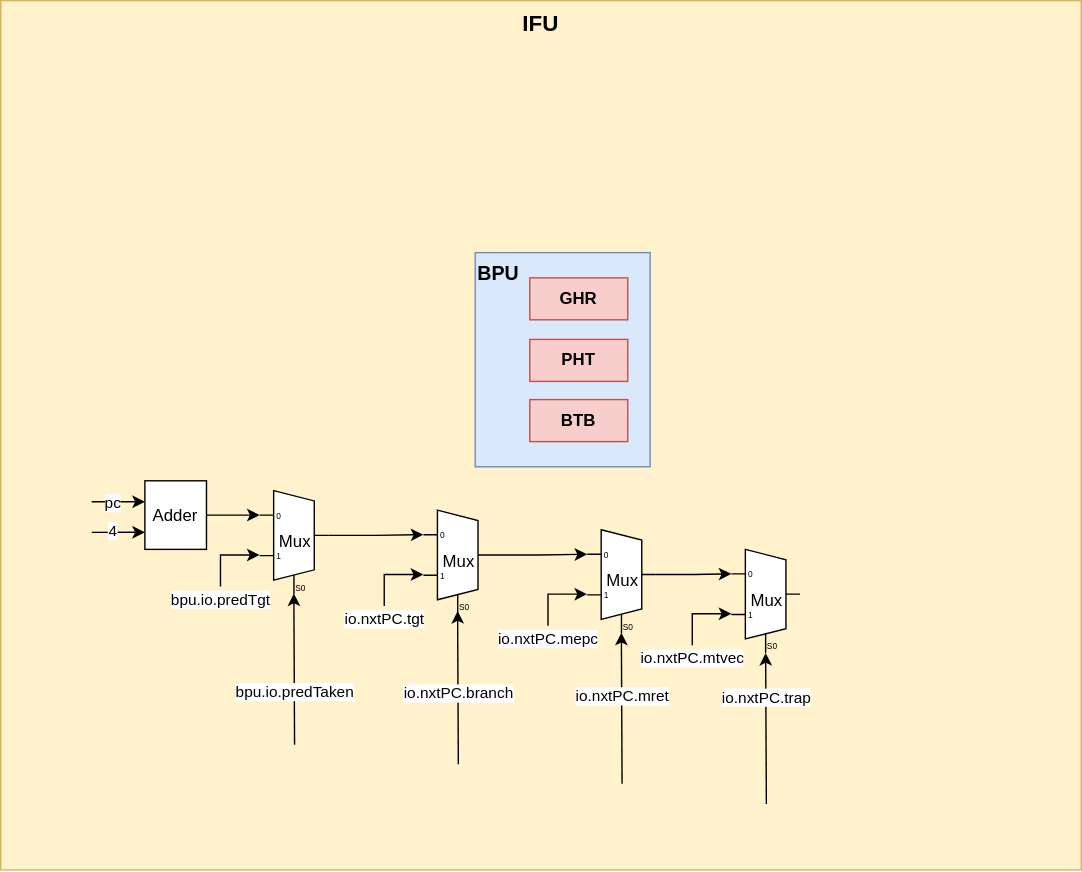
microdynamics-cpu/tree-core-cpu-res keeps this draw.io diagram as treecore-l2-ifu.drawio.svg. Above is the earlier version. Source tidied: cells renumbered, new cells last; positions are measured from the earlier drawing's top-left corner, leaving out a move shared by most shapes.
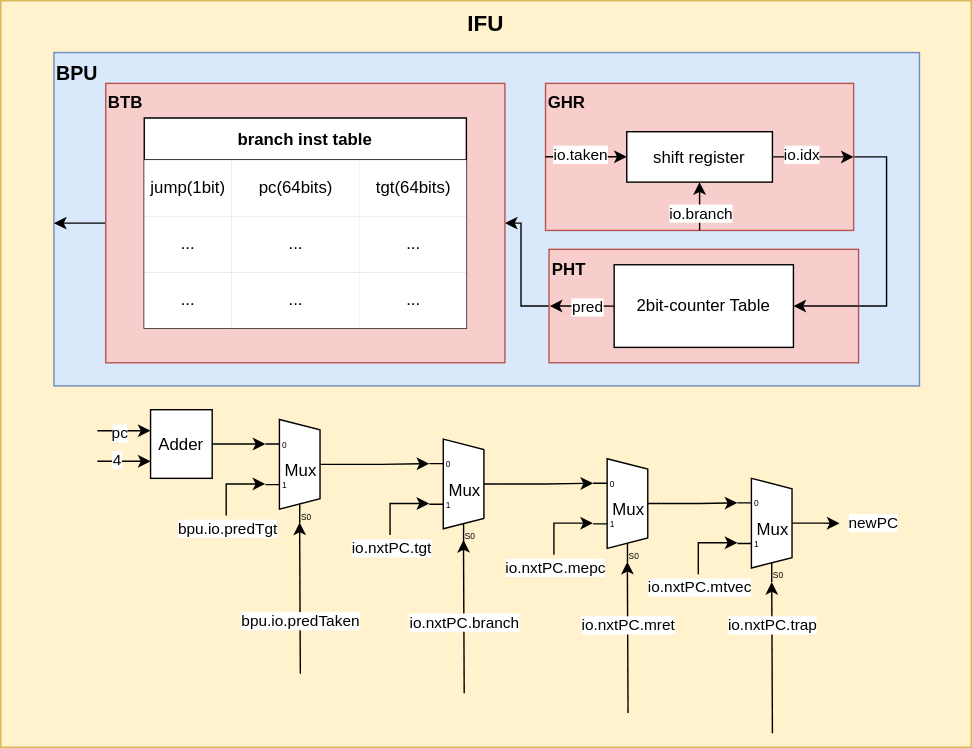
After the commit.

Commit message:
feat: modify ifu arch graph

What changed in the source:
```diff
@@ -3,31 +3,40 @@
     <mxCell id="0" />
     <mxCell id="1" parent="0" />
     <mxCell id="2" value="&lt;b style=&quot;font-size: 16px;&quot;&gt;IFU&lt;/b&gt;" style="rounded=0;whiteSpace=wrap;html=1;fontSize=16;fillColor=#fff2cc;verticalAlign=top;align=center;strokeColor=#d6b656;" parent="1" vertex="1">
-      <mxGeometry width="772" height="621" as="geometry" />
+      <mxGeometry x="47" y="47" width="693" height="533" as="geometry" />
     </mxCell>
     <mxCell id="3" value="&lt;b&gt;BPU&lt;/b&gt;" style="rounded=0;whiteSpace=wrap;html=1;fontSize=14;fillColor=#dae8fc;align=left;verticalAlign=top;strokeColor=#6c8ebf;" parent="1" vertex="1">
-      <mxGeometry x="339" y="180" width="125" height="153" as="geometry" />
+      <mxGeometry x="85" y="84" width="618" height="238" as="geometry" />
     </mxCell>
+    <mxCell id="36" style="edgeStyle=orthogonalEdgeStyle;rounded=0;jettySize=auto;html=1;exitX=1;exitY=0.5;exitDx=0;exitDy=0;entryX=1;entryY=0.5;entryDx=0;entryDy=0;fontColor=default;endArrow=none;endFill=0;" parent="1" edge="1" source="4" target="5">
+      <mxGeometry relative="1" as="geometry" />
+    </mxCell>
-    <mxCell id="4" value="&lt;b style=&quot;font-size: 12px;&quot;&gt;GHR&lt;/b&gt;" style="rounded=0;whiteSpace=wrap;html=1;fontSize=12;fillColor=#f8cecc;strokeColor=#b85450;" parent="1" vertex="1">
-      <mxGeometry x="378" y="198" width="70" height="30" as="geometry" />
+    <mxCell id="4" value="&lt;b style=&quot;font-size: 12px;&quot;&gt;GHR&lt;/b&gt;" style="rounded=0;whiteSpace=wrap;html=1;fontSize=12;fillColor=#f8cecc;strokeColor=#b85450;verticalAlign=top;align=left;flipV=1;flipH=1;" parent="1" vertex="1">
+      <mxGeometry x="436" y="106" width="220" height="105" as="geometry" />
     </mxCell>
+    <mxCell id="37" style="edgeStyle=orthogonalEdgeStyle;rounded=0;jettySize=auto;html=1;exitX=0;exitY=0.5;exitDx=0;exitDy=0;entryX=1;entryY=0.5;entryDx=0;entryDy=0;fontColor=default;endArrow=classic;endFill=1;" parent="1" edge="1" source="5" target="6">
+      <mxGeometry relative="1" as="geometry" />
+    </mxCell>
-    <mxCell id="5" value="&lt;b style=&quot;font-size: 12px;&quot;&gt;PHT&lt;/b&gt;" style="rounded=0;whiteSpace=wrap;html=1;fontSize=12;fillColor=#f8cecc;strokeColor=#b85450;" parent="1" vertex="1">
-      <mxGeometry x="378" y="242" width="70" height="30" as="geometry" />
+    <mxCell id="5" value="&lt;b style=&quot;font-size: 12px;&quot;&gt;PHT&lt;/b&gt;" style="rounded=0;whiteSpace=wrap;html=1;fontSize=12;fillColor=#f8cecc;strokeColor=#b85450;verticalAlign=top;align=left;" parent="1" vertex="1">
+      <mxGeometry x="438.5" y="224.5" width="221" height="81" as="geometry" />
     </mxCell>
+    <mxCell id="38" style="edgeStyle=orthogonalEdgeStyle;rounded=0;jettySize=auto;html=1;exitX=0;exitY=0.5;exitDx=0;exitDy=0;entryX=0;entryY=0.511;entryDx=0;entryDy=0;entryPerimeter=0;fontColor=default;startArrow=none;startFill=0;endArrow=classic;endFill=1;" parent="1" edge="1" source="6" target="3">
+      <mxGeometry relative="1" as="geometry" />
+    </mxCell>
-    <mxCell id="6" value="&lt;b style=&quot;font-size: 12px;&quot;&gt;BTB&lt;/b&gt;" style="rounded=0;whiteSpace=wrap;html=1;fontSize=12;fillColor=#f8cecc;strokeColor=#b85450;" parent="1" vertex="1">
-      <mxGeometry x="378" y="285" width="70" height="30" as="geometry" />
+    <mxCell id="6" value="&lt;b style=&quot;font-size: 12px;&quot;&gt;BTB&lt;/b&gt;" style="rounded=0;whiteSpace=wrap;html=1;fontSize=12;fillColor=#f8cecc;strokeColor=#b85450;verticalAlign=top;align=left;" parent="1" vertex="1">
+      <mxGeometry x="122" y="106" width="285" height="199.5" as="geometry" />
     </mxCell>
     <mxCell id="7" style="edgeStyle=orthogonalEdgeStyle;rounded=0;jettySize=auto;html=1;exitX=1;exitY=0.5;exitDx=0;exitDy=-5;exitPerimeter=0;entryX=0;entryY=0.19594594594594594;entryDx=0;entryDy=3;entryPerimeter=0;fontColor=default;" parent="1" edge="1" source="8" target="11">
       <mxGeometry relative="1" as="geometry" />
     </mxCell>
     <mxCell id="8" value="Mux" style="shadow=0;dashed=0;align=center;html=1;strokeWidth=1;shape=mxgraph.electrical.abstract.mux2;" parent="1" vertex="1">
-      <mxGeometry x="419" y="378" width="49" height="74" as="geometry" />
+      <mxGeometry x="470" y="374" width="49" height="74" as="geometry" />
     </mxCell>
     <mxCell id="9" style="edgeStyle=orthogonalEdgeStyle;rounded=0;jettySize=auto;html=1;entryX=0.29591836734693877;entryY=1;entryDx=10;entryDy=0;entryPerimeter=0;fontColor=default;" parent="1" edge="1" target="11">
       <mxGeometry relative="1" as="geometry">
-        <mxPoint x="547" y="574" as="sourcePoint" />
+        <mxPoint x="598" y="570" as="sourcePoint" />
         <Array as="points">
-          <mxPoint x="547" y="574" />
+          <mxPoint x="598" y="570" />
         </Array>
       </mxGeometry>
     </mxCell>
@@ -36,21 +45,34 @@
         <mxPoint x="-1" y="-34" as="offset" />
       </mxGeometry>
     </mxCell>
+    <mxCell id="39" style="edgeStyle=orthogonalEdgeStyle;rounded=0;jettySize=auto;html=1;exitX=1;exitY=0.5;exitDx=0;exitDy=-5;exitPerimeter=0;entryX=0.883;entryY=0.7;entryDx=0;entryDy=0;entryPerimeter=0;fontColor=default;startArrow=none;startFill=0;endArrow=classic;endFill=1;" parent="1" edge="1" source="11">
+      <mxGeometry relative="1" as="geometry">
+        <mxPoint x="645.9" y="420.1" as="targetPoint" />
+        <Array as="points">
+          <mxPoint x="634" y="420" />
+        </Array>
+      </mxGeometry>
+    </mxCell>
+    <mxCell id="40" value="newPC" style="edgeLabel;html=1;align=center;verticalAlign=middle;fontColor=default;" parent="39" vertex="1">
+      <mxGeometry x="-0.66" relative="1" as="geometry">
+        <mxPoint x="43" y="-1" as="offset" />
+      </mxGeometry>
+    </mxCell>
     <mxCell id="11" value="Mux" style="shadow=0;dashed=0;align=center;html=1;strokeWidth=1;shape=mxgraph.electrical.abstract.mux2;" parent="1" vertex="1">
-      <mxGeometry x="522" y="392" width="49" height="74" as="geometry" />
+      <mxGeometry x="573" y="388" width="49" height="74" as="geometry" />
     </mxCell>
     <mxCell id="12" style="edgeStyle=orthogonalEdgeStyle;rounded=0;jettySize=auto;html=1;exitX=1;exitY=0.5;exitDx=0;exitDy=-5;exitPerimeter=0;entryX=0;entryY=0.19594594594594594;entryDx=0;entryDy=3;entryPerimeter=0;fontColor=default;" parent="1" edge="1" source="13" target="8">
       <mxGeometry relative="1" as="geometry" />
     </mxCell>
     <mxCell id="13" value="Mux" style="shadow=0;dashed=0;align=center;html=1;strokeWidth=1;shape=mxgraph.electrical.abstract.mux2;" parent="1" vertex="1">
-      <mxGeometry x="302" y="364" width="49" height="74" as="geometry" />
+      <mxGeometry x="353" y="360" width="49" height="74" as="geometry" />
     </mxCell>
     <mxCell id="14" style="edgeStyle=orthogonalEdgeStyle;rounded=0;orthogonalLoop=1;jettySize=auto;html=1;entryX=0.29591836734693877;entryY=1;entryDx=10;entryDy=0;entryPerimeter=0;fontColor=default;" parent="1" edge="1">
       <mxGeometry relative="1" as="geometry">
-        <mxPoint x="443.9" y="559.5" as="sourcePoint" />
-        <mxPoint x="443.4" y="451.5" as="targetPoint" />
+        <mxPoint x="494.9" y="555.5" as="sourcePoint" />
+        <mxPoint x="494.4" y="447.5" as="targetPoint" />
         <Array as="points">
-          <mxPoint x="443.9" y="559.5" />
+          <mxPoint x="494.9" y="555.5" />
         </Array>
       </mxGeometry>
     </mxCell>
@@ -61,10 +83,10 @@
     </mxCell>
     <mxCell id="16" style="edgeStyle=orthogonalEdgeStyle;rounded=0;orthogonalLoop=1;jettySize=auto;html=1;exitX=0.64;exitY=0.668;exitDx=0;exitDy=0;exitPerimeter=0;entryX=0;entryY=0.5878378378378378;entryDx=0;entryDy=3;entryPerimeter=0;fontColor=default;" parent="1" edge="1">
       <mxGeometry relative="1" as="geometry">
-        <mxPoint x="391" y="446.5" as="sourcePoint" />
-        <mxPoint x="418.9" y="424" as="targetPoint" />
+        <mxPoint x="442" y="442.5" as="sourcePoint" />
+        <mxPoint x="469.9" y="420" as="targetPoint" />
         <Array as="points">
-          <mxPoint x="390.9" y="424.5" />
+          <mxPoint x="441.9" y="420.5" />
         </Array>
       </mxGeometry>
     </mxCell>
@@ -75,10 +97,10 @@
     </mxCell>
     <mxCell id="18" style="edgeStyle=orthogonalEdgeStyle;rounded=0;orthogonalLoop=1;jettySize=auto;html=1;entryX=0.29591836734693877;entryY=1;entryDx=10;entryDy=0;entryPerimeter=0;fontColor=default;" parent="1" edge="1">
       <mxGeometry relative="1" as="geometry">
-        <mxPoint x="326.9" y="545.5" as="sourcePoint" />
-        <mxPoint x="326.4" y="436" as="targetPoint" />
+        <mxPoint x="377.9" y="541.5" as="sourcePoint" />
+        <mxPoint x="377.4" y="432" as="targetPoint" />
         <Array as="points">
-          <mxPoint x="326.9" y="545.5" />
+          <mxPoint x="377.9" y="541.5" />
         </Array>
       </mxGeometry>
     </mxCell>
@@ -89,10 +111,10 @@
     </mxCell>
     <mxCell id="20" style="edgeStyle=orthogonalEdgeStyle;rounded=0;orthogonalLoop=1;jettySize=auto;html=1;exitX=0.64;exitY=0.668;exitDx=0;exitDy=0;exitPerimeter=0;entryX=0;entryY=0.5878378378378378;entryDx=0;entryDy=3;entryPerimeter=0;fontColor=default;" parent="1" edge="1">
       <mxGeometry relative="1" as="geometry">
-        <mxPoint x="274" y="432.5" as="sourcePoint" />
-        <mxPoint x="301.9" y="410" as="targetPoint" />
+        <mxPoint x="325" y="428.5" as="sourcePoint" />
+        <mxPoint x="352.9" y="406" as="targetPoint" />
         <Array as="points">
-          <mxPoint x="273.9" y="410.5" />
+          <mxPoint x="324.9" y="406.5" />
         </Array>
       </mxGeometry>
     </mxCell>
@@ -105,14 +127,14 @@
       <mxGeometry relative="1" as="geometry" />
     </mxCell>
     <mxCell id="23" value="Mux" style="shadow=0;dashed=0;align=center;html=1;strokeWidth=1;shape=mxgraph.electrical.abstract.mux2;" parent="1" vertex="1">
-      <mxGeometry x="185" y="350" width="49" height="74" as="geometry" />
+      <mxGeometry x="236" y="346" width="49" height="74" as="geometry" />
     </mxCell>
     <mxCell id="24" style="edgeStyle=orthogonalEdgeStyle;rounded=0;orthogonalLoop=1;jettySize=auto;html=1;entryX=0.29591836734693877;entryY=1;entryDx=10;entryDy=0;entryPerimeter=0;fontColor=default;" parent="1" edge="1">
       <mxGeometry relative="1" as="geometry">
-        <mxPoint x="209.9" y="531.5" as="sourcePoint" />
-        <mxPoint x="209.4" y="423.5" as="targetPoint" />
+        <mxPoint x="260.9" y="527.5" as="sourcePoint" />
+        <mxPoint x="260.4" y="419.5" as="targetPoint" />
         <Array as="points">
-          <mxPoint x="209.9" y="531.5" />
+          <mxPoint x="260.9" y="527.5" />
         </Array>
       </mxGeometry>
     </mxCell>
@@ -123,10 +145,10 @@
     </mxCell>
     <mxCell id="26" style="edgeStyle=orthogonalEdgeStyle;rounded=0;orthogonalLoop=1;jettySize=auto;html=1;exitX=0.64;exitY=0.668;exitDx=0;exitDy=0;exitPerimeter=0;entryX=0;entryY=0.5878378378378378;entryDx=0;entryDy=3;entryPerimeter=0;fontColor=default;" parent="1" edge="1">
       <mxGeometry relative="1" as="geometry">
-        <mxPoint x="157" y="418.5" as="sourcePoint" />
-        <mxPoint x="184.9" y="396" as="targetPoint" />
+        <mxPoint x="208" y="414.5" as="sourcePoint" />
+        <mxPoint x="235.9" y="392" as="targetPoint" />
         <Array as="points">
-          <mxPoint x="156.9" y="396.5" />
+          <mxPoint x="207.9" y="392.5" />
         </Array>
       </mxGeometry>
     </mxCell>
@@ -139,12 +161,12 @@
       <mxGeometry relative="1" as="geometry" />
     </mxCell>
     <mxCell id="29" value="Adder" style="rounded=0;whiteSpace=wrap;html=1;labelBackgroundColor=default;fontColor=default;" parent="1" vertex="1">
-      <mxGeometry x="103" y="343" width="44" height="49" as="geometry" />
+      <mxGeometry x="154" y="339" width="44" height="49" as="geometry" />
     </mxCell>
     <mxCell id="30" style="edgeStyle=orthogonalEdgeStyle;rounded=0;orthogonalLoop=1;jettySize=auto;html=1;entryX=0;entryY=0.19594594594594594;entryDx=0;entryDy=3;entryPerimeter=0;fontColor=default;" parent="1" edge="1">
       <mxGeometry relative="1" as="geometry">
-        <mxPoint x="65" y="358" as="sourcePoint" />
-        <mxPoint x="103" y="358" as="targetPoint" />
+        <mxPoint x="116" y="354" as="sourcePoint" />
+        <mxPoint x="154" y="354" as="targetPoint" />
       </mxGeometry>
     </mxCell>
     <mxCell id="31" value="pc" style="edgeLabel;html=1;align=center;verticalAlign=middle;fontColor=default;" parent="30" vertex="1">
@@ -152,8 +174,8 @@
     </mxCell>
     <mxCell id="32" style="edgeStyle=orthogonalEdgeStyle;rounded=0;orthogonalLoop=1;jettySize=auto;html=1;entryX=0;entryY=0.19594594594594594;entryDx=0;entryDy=3;entryPerimeter=0;fontColor=default;" parent="1" edge="1">
       <mxGeometry relative="1" as="geometry">
-        <mxPoint x="65" y="379.8" as="sourcePoint" />
-        <mxPoint x="103" y="379.8" as="targetPoint" />
+        <mxPoint x="116" y="375.8" as="sourcePoint" />
+        <mxPoint x="154" y="375.8" as="targetPoint" />
       </mxGeometry>
     </mxCell>
     <mxCell id="33" value="4" style="edgeLabel;html=1;align=center;verticalAlign=middle;fontColor=default;" parent="32" vertex="1">
@@ -161,10 +183,10 @@
     </mxCell>
     <mxCell id="34" style="edgeStyle=orthogonalEdgeStyle;rounded=0;orthogonalLoop=1;jettySize=auto;html=1;exitX=0.64;exitY=0.668;exitDx=0;exitDy=0;exitPerimeter=0;entryX=0;entryY=0.5878378378378378;entryDx=0;entryDy=3;entryPerimeter=0;fontColor=default;" parent="1" edge="1">
       <mxGeometry relative="1" as="geometry">
-        <mxPoint x="494.1" y="460.5" as="sourcePoint" />
-        <mxPoint x="522" y="438" as="targetPoint" />
+        <mxPoint x="545.1" y="456.5" as="sourcePoint" />
+        <mxPoint x="573" y="434" as="targetPoint" />
         <Array as="points">
-          <mxPoint x="494" y="438.5" />
+          <mxPoint x="545" y="434.5" />
         </Array>
       </mxGeometry>
     </mxCell>
@@ -173,5 +195,100 @@
         <mxPoint y="14" as="offset" />
       </mxGeometry>
     </mxCell>
+    <mxCell id="41" style="edgeStyle=orthogonalEdgeStyle;rounded=0;jettySize=auto;html=1;exitX=1;exitY=0.5;exitDx=0;exitDy=0;entryX=1;entryY=0.5;entryDx=0;entryDy=0;fontColor=default;" parent="1" edge="1" source="43" target="4">
+      <mxGeometry relative="1" as="geometry">
+        <Array as="points">
+          <mxPoint x="643" y="158.5" />
+          <mxPoint x="643" y="158.5" />
+        </Array>
+      </mxGeometry>
+    </mxCell>
+    <mxCell id="42" value="io.idx" style="edgeLabel;html=1;align=center;verticalAlign=middle;fontColor=default;" parent="41" vertex="1">
+      <mxGeometry x="-0.29" y="2" relative="1" as="geometry" />
+    </mxCell>
+    <mxCell id="43" value="shift register" style="rounded=0;whiteSpace=wrap;html=1;labelBackgroundColor=default;fontColor=default;flipV=1;flipH=1;" parent="1" vertex="1">
+      <mxGeometry x="494" y="140.5" width="104" height="36" as="geometry" />
+    </mxCell>
+    <mxCell id="44" style="edgeStyle=orthogonalEdgeStyle;rounded=0;jettySize=auto;html=1;exitX=0.5;exitY=1;exitDx=0;exitDy=0;entryX=0.5;entryY=1;entryDx=0;entryDy=0;fontColor=default;" parent="1" edge="1" source="4" target="43">
+      <mxGeometry relative="1" as="geometry" />
+    </mxCell>
+    <mxCell id="45" value="io.branch" style="edgeLabel;html=1;align=center;verticalAlign=middle;fontColor=default;" parent="44" vertex="1">
+      <mxGeometry x="-0.22" relative="1" as="geometry" />
+    </mxCell>
+    <mxCell id="46" style="edgeStyle=orthogonalEdgeStyle;rounded=0;orthogonalLoop=1;jettySize=auto;html=1;exitX=1;exitY=0.5;exitDx=0;exitDy=0;entryX=1;entryY=0.5;entryDx=0;entryDy=0;fontColor=default;" parent="1" edge="1">
+      <mxGeometry relative="1" as="geometry">
+        <mxPoint x="436" y="158.4" as="sourcePoint" />
+        <mxPoint x="494" y="158.4" as="targetPoint" />
+        <Array as="points">
+          <mxPoint x="481" y="158.4" />
+          <mxPoint x="481" y="158.4" />
+        </Array>
+      </mxGeometry>
+    </mxCell>
+    <mxCell id="47" value="io.taken" style="edgeLabel;html=1;align=center;verticalAlign=middle;fontColor=default;" parent="46" vertex="1">
+      <mxGeometry x="-0.29" y="2" relative="1" as="geometry">
+        <mxPoint x="4" as="offset" />
+      </mxGeometry>
+    </mxCell>
+    <mxCell id="48" style="edgeStyle=orthogonalEdgeStyle;rounded=0;orthogonalLoop=1;jettySize=auto;html=1;exitX=1;exitY=0.5;exitDx=0;exitDy=0;fontColor=default;" parent="1" edge="1">
+      <mxGeometry relative="1" as="geometry">
+        <mxPoint x="485" y="265" as="sourcePoint" />
+        <mxPoint x="439" y="265" as="targetPoint" />
+        <Array as="points">
+          <mxPoint x="472" y="265" />
+          <mxPoint x="472" y="265" />
+        </Array>
+      </mxGeometry>
+    </mxCell>
+    <mxCell id="49" value="pred" style="edgeLabel;html=1;align=center;verticalAlign=middle;fontColor=default;" parent="48" vertex="1">
+      <mxGeometry x="-0.29" y="2" relative="1" as="geometry">
+        <mxPoint x="-4" y="-2" as="offset" />
+      </mxGeometry>
+    </mxCell>
+    <mxCell id="50" value="2bit-counter Table" style="rounded=0;whiteSpace=wrap;html=1;labelBackgroundColor=default;fontColor=default;flipV=1;flipH=1;" parent="1" vertex="1">
+      <mxGeometry x="485" y="235.5" width="128" height="59" as="geometry" />
+    </mxCell>
+    <mxCell id="51" style="edgeStyle=orthogonalEdgeStyle;rounded=0;jettySize=auto;html=1;exitX=1;exitY=0.5;exitDx=0;exitDy=0;entryX=1;entryY=0.5;entryDx=0;entryDy=0;fontColor=default;" parent="1" edge="1" source="5" target="50">
+      <mxGeometry relative="1" as="geometry" />
+    </mxCell>
+    <mxCell id="52" value="branch inst table" style="shape=table;startSize=30;fontStyle=1;align=center;labelBackgroundColor=default;fontColor=default;" parent="1" vertex="1">
+      <mxGeometry x="149.5" y="130.8" width="230" height="150" as="geometry" />
+    </mxCell>
+    <mxCell id="53" style="shape=tableRow;horizontal=0;startSize=0;swimlaneHead=0;swimlaneBody=0;top=0;left=0;bottom=0;right=0;fillColor=none;labelBackgroundColor=default;fontColor=default;" parent="52" vertex="1">
+      <mxGeometry y="30" width="230" height="40" as="geometry" />
+    </mxCell>
+    <mxCell id="54" value="jump(1bit)" style="shape=partialRectangle;html=1;whiteSpace=wrap;fillColor=default;top=0;left=0;bottom=0;right=0;overflow=hidden;labelBackgroundColor=#FFFFFF;fontColor=default;" parent="53" vertex="1">
+      <mxGeometry width="62" height="40" as="geometry" />
+    </mxCell>
+    <mxCell id="55" value="pc(64bits)" style="shape=partialRectangle;html=1;whiteSpace=wrap;fillColor=default;top=0;left=0;bottom=0;right=0;overflow=hidden;labelBackgroundColor=#FFFFFF;fontColor=default;strokeColor=none;" parent="53" vertex="1">
+      <mxGeometry x="62" width="92" height="40" as="geometry" />
+    </mxCell>
+    <mxCell id="56" value="tgt(64bits)" style="shape=partialRectangle;html=1;whiteSpace=wrap;fillColor=default;top=0;left=0;bottom=0;right=0;overflow=hidden;labelBackgroundColor=#FFFFFF;fontColor=default;strokeColor=none;" parent="53" vertex="1">
+      <mxGeometry x="154" width="76" height="40" as="geometry" />
+    </mxCell>
+    <mxCell id="57" style="shape=tableRow;horizontal=0;startSize=0;swimlaneHead=0;swimlaneBody=0;top=0;left=0;bottom=0;right=0;fillColor=none;labelBackgroundColor=default;fontColor=default;" parent="52" vertex="1">
+      <mxGeometry y="70" width="230" height="40" as="geometry" />
+    </mxCell>
+    <mxCell id="58" value="..." style="shape=partialRectangle;html=1;whiteSpace=wrap;fillColor=default;top=0;left=0;bottom=0;right=0;overflow=hidden;labelBackgroundColor=#FFFFFF;fontColor=default;dashed=1;dashPattern=1 4;" parent="57" vertex="1">
+      <mxGeometry width="62" height="40" as="geometry" />
+    </mxCell>
+    <mxCell id="59" value="..." style="shape=partialRectangle;html=1;whiteSpace=wrap;fillColor=default;top=0;left=0;bottom=0;right=0;overflow=hidden;labelBackgroundColor=#FFFFFF;fontColor=default;" parent="57" vertex="1">
+      <mxGeometry x="62" width="92" height="40" as="geometry" />
+    </mxCell>
+    <mxCell id="60" value="..." style="shape=partialRectangle;html=1;whiteSpace=wrap;fillColor=default;top=0;left=0;bottom=0;right=0;overflow=hidden;labelBackgroundColor=#FFFFFF;fontColor=default;" parent="57" vertex="1">
+      <mxGeometry x="154" width="76" height="40" as="geometry" />
+    </mxCell>
+    <mxCell id="61" style="shape=tableRow;horizontal=0;startSize=0;swimlaneHead=0;swimlaneBody=0;top=0;left=0;bottom=0;right=0;fillColor=none;labelBackgroundColor=default;fontColor=default;" parent="52" vertex="1">
+      <mxGeometry y="110" width="230" height="40" as="geometry" />
+    </mxCell>
+    <mxCell id="62" value="..." style="shape=partialRectangle;html=1;whiteSpace=wrap;fillColor=default;top=0;left=0;bottom=0;right=0;overflow=hidden;labelBackgroundColor=#FFFFFF;fontColor=default;" parent="61" vertex="1">
+      <mxGeometry width="62" height="40" as="geometry" />
+    </mxCell>
+    <mxCell id="63" value="..." style="shape=partialRectangle;html=1;whiteSpace=wrap;fillColor=default;top=0;left=0;bottom=0;right=0;overflow=hidden;labelBackgroundColor=#FFFFFF;fontColor=default;strokeColor=none;" parent="61" vertex="1">
+      <mxGeometry x="62" width="92" height="40" as="geometry" />
+    </mxCell>
+    <mxCell id="64" value="..." style="shape=partialRectangle;html=1;whiteSpace=wrap;fillColor=default;top=0;left=0;bottom=0;right=0;overflow=hidden;labelBackgroundColor=#FFFFFF;fontColor=default;" parent="61" vertex="1">
+      <mxGeometry x="154" width="76" height="40" as="geometry" />
+    </mxCell>
   </root>
 </mxGraphModel>
```
